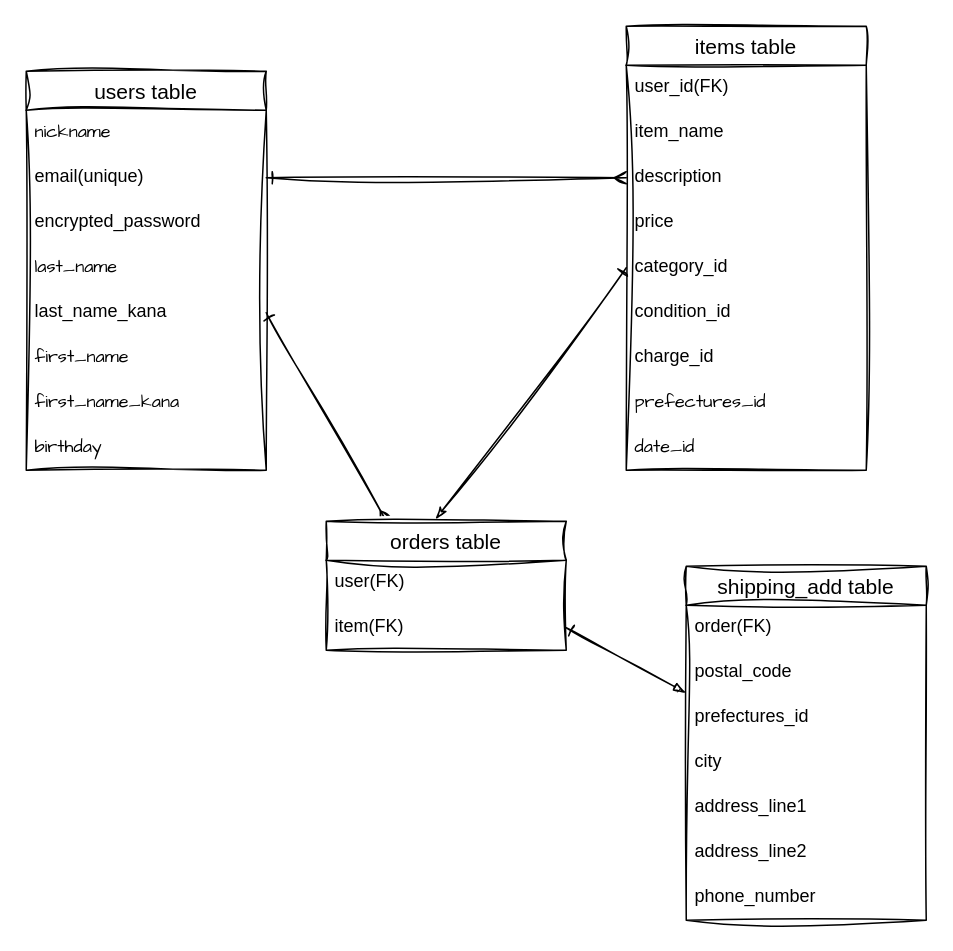
Earlier version of the draw.io diagram databaseER.dio (daichi1997/furima-41353). Source tidied: cells renumbered, new cells numbered last; positions are measured from the earlier drawing's top-left corner, leaving out a move shared by most shapes. Both pictures are drawn from the tidied source at 150%, with x=0, y=0 at pixel (26, 26).
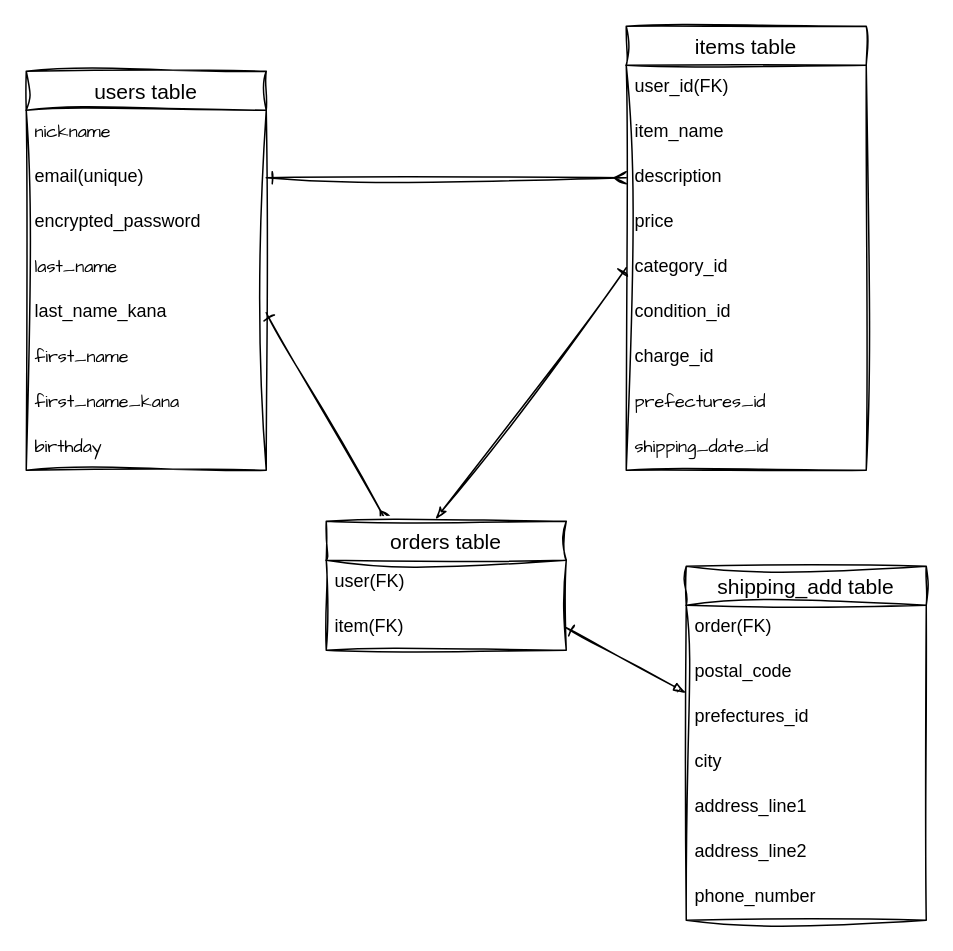
The same diagram, later.

The change refers to these unchanged cells:
```xml
<mxCell id="10" value="items table" style="swimlane;fontStyle=0;horizontal=1;startSize=26;align=center;fontSize=14;sketch=1;curveFitting=1;jiggle=2;" parent="1" vertex="1">
  <mxGeometry x="400" width="160" height="296" as="geometry" />
</mxCell>
```

What changed in the source:
```diff
@@
-    <mxCell id="19" value="date_id" style="text;strokeColor=none;fillColor=none;spacingLeft=4;spacingRight=4;overflow=hidden;fontSize=12;sketch=1;hachureGap=4;jiggle=2;curveFitting=1;fontFamily=Architects Daughter;" parent="10" vertex="1">
+    <mxCell id="19" value="shipping_date_id" style="text;strokeColor=none;fillColor=none;spacingLeft=4;spacingRight=4;overflow=hidden;fontSize=12;sketch=1;hachureGap=4;jiggle=2;curveFitting=1;fontFamily=Architects Daughter;" parent="10" vertex="1">
       <mxGeometry y="266" width="160" height="30" as="geometry" />
     </mxCell>
```
